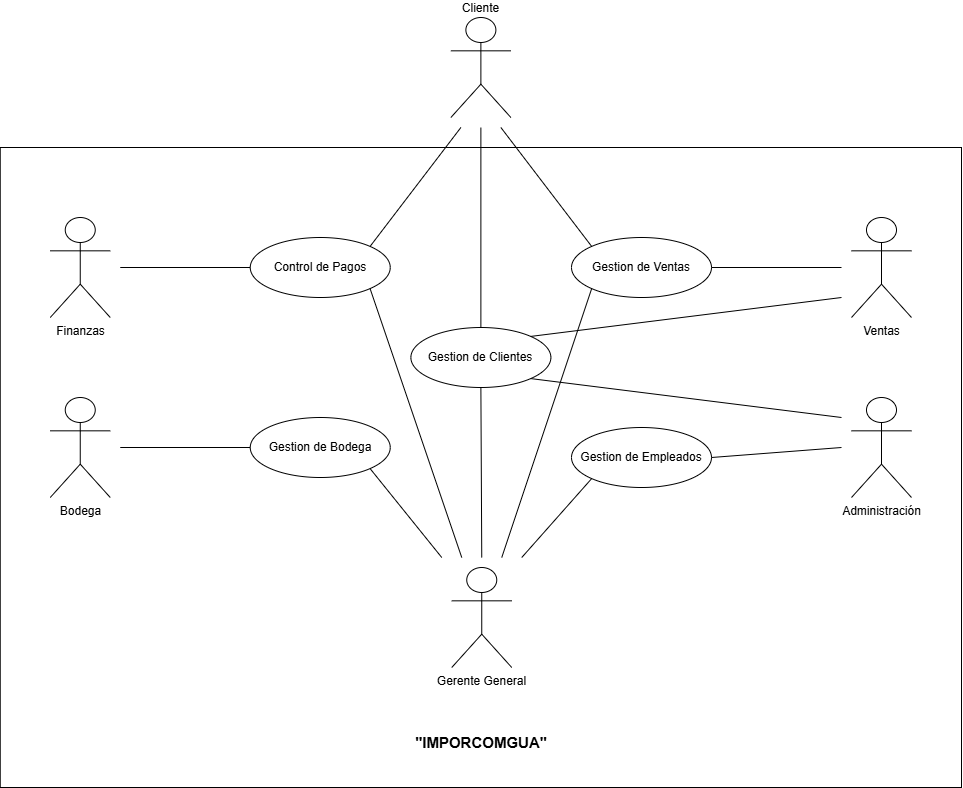
Above: docs/assets/cdu/CDU-PRIMERA-DESCOMPOSICION.png in LuisCif-20/AYD2_V1S2025_PROYECTO_G9 (draw.io), before the change. Source tidied: cells renumbered, new cells last; positions are measured from the earlier drawing's top-left corner, leaving out a move shared by most shapes.
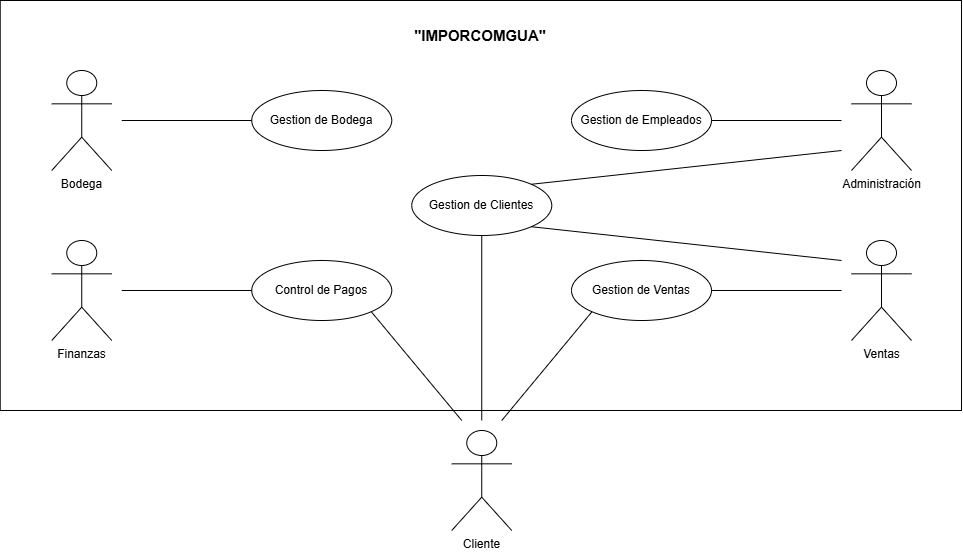
The same file after the commit.

Change to the diagram source:
```diff
@@ -3,103 +3,82 @@
     <mxCell id="0" />
     <mxCell id="1" parent="0" />
     <mxCell id="2" style="rounded=0;whiteSpace=wrap;html=1;" parent="1" vertex="1">
-      <mxGeometry x="-0.2" y="140" width="961.2" height="640" as="geometry" />
+      <mxGeometry x="-0.2" y="140" width="961.2" height="410" as="geometry" />
     </mxCell>
     <mxCell id="3" value="&quot;IMPORCOMGUA&quot;" style="text;html=1;align=center;verticalAlign=middle;whiteSpace=wrap;rounded=0;fontStyle=1;fontSize=15;" parent="1" vertex="1">
-      <mxGeometry x="451.2" y="720" width="60" height="30" as="geometry" />
+      <mxGeometry x="450.4" y="160" width="60" height="30" as="geometry" />
     </mxCell>
     <mxCell id="4" value="Gestion de Ventas" style="ellipse;whiteSpace=wrap;html=1;" parent="1" vertex="1">
-      <mxGeometry x="571" y="230" width="140" height="60" as="geometry" />
+      <mxGeometry x="571" y="400" width="140" height="60" as="geometry" />
     </mxCell>
     <mxCell id="5" value="Gestion de Bodega" style="ellipse;whiteSpace=wrap;html=1;" parent="1" vertex="1">
-      <mxGeometry x="249.8" y="410" width="140" height="60" as="geometry" />
+      <mxGeometry x="251.2" y="230" width="140" height="60" as="geometry" />
     </mxCell>
     <mxCell id="6" value="Gestion de Clientes" style="ellipse;whiteSpace=wrap;html=1;" parent="1" vertex="1">
-      <mxGeometry x="410.4" y="320" width="140" height="60" as="geometry" />
+      <mxGeometry x="411.2" y="315" width="140" height="60" as="geometry" />
     </mxCell>
     <mxCell id="7" value="Control de Pagos" style="ellipse;whiteSpace=wrap;html=1;" parent="1" vertex="1">
-      <mxGeometry x="249.8" y="230" width="140" height="60" as="geometry" />
+      <mxGeometry x="251.2" y="400" width="140" height="60" as="geometry" />
     </mxCell>
     <mxCell id="8" value="Gestion de Empleados" style="ellipse;whiteSpace=wrap;html=1;" parent="1" vertex="1">
-      <mxGeometry x="571" y="420" width="140" height="60" as="geometry" />
+      <mxGeometry x="571" y="230" width="140" height="60" as="geometry" />
     </mxCell>
-    <mxCell id="9" style="rounded=0;whiteSpace=wrap;html=1;fillColor=none;strokeColor=none;labelPosition=center;verticalLabelPosition=bottom;align=center;verticalAlign=top;" parent="1" vertex="1">
-      <mxGeometry x="441.2" y="550" width="80" height="120" as="geometry" />
+    <mxCell id="9" style="rounded=0;whiteSpace=wrap;html=1;fillColor=none;strokeColor=none;" parent="1" vertex="1">
+      <mxGeometry x="41.2" y="200" width="80" height="120" as="geometry" />
     </mxCell>
-    <mxCell id="10" value="Gerente General" style="shape=umlActor;verticalLabelPosition=bottom;verticalAlign=top;html=1;labelPosition=center;align=center;" parent="1" vertex="1">
-      <mxGeometry x="451.2" y="560" width="60" height="100" as="geometry" />
+    <mxCell id="10" value="Bodega" style="shape=umlActor;verticalLabelPosition=bottom;verticalAlign=top;html=1;labelPosition=center;align=center;" parent="1" vertex="1">
+      <mxGeometry x="51.2" y="210" width="60" height="100" as="geometry" />
     </mxCell>
-    <mxCell id="11" style="endArrow=none;html=1;rounded=0;exitX=1;exitY=1;exitDx=0;exitDy=0;entryX=0;entryY=0;entryDx=0;entryDy=0;" parent="1" edge="1" source="5" target="9">
+    <mxCell id="11" style="endArrow=none;html=1;rounded=0;entryX=0;entryY=0.5;entryDx=0;entryDy=0;exitX=1;exitY=0.5;exitDx=0;exitDy=0;" parent="1" edge="1" source="9" target="5">
       <mxGeometry relative="1" as="geometry" />
     </mxCell>
-    <mxCell id="12" style="endArrow=none;html=1;rounded=0;exitX=0;exitY=1;exitDx=0;exitDy=0;entryX=0.75;entryY=0;entryDx=0;entryDy=0;" parent="1" edge="1" source="4" target="9">
-      <mxGeometry relative="1" as="geometry" />
+    <mxCell id="12" style="rounded=0;whiteSpace=wrap;html=1;fillColor=none;strokeColor=none;" parent="1" vertex="1">
+      <mxGeometry x="841" y="200" width="80" height="120" as="geometry" />
     </mxCell>
-    <mxCell id="13" style="endArrow=none;html=1;rounded=0;entryX=0.5;entryY=1;entryDx=0;entryDy=0;exitX=0.5;exitY=0;exitDx=0;exitDy=0;" parent="1" edge="1" source="9" target="6">
-      <mxGeometry relative="1" as="geometry" />
+    <mxCell id="13" value="Administración" style="shape=umlActor;verticalLabelPosition=bottom;verticalAlign=top;html=1;labelPosition=center;align=center;" parent="1" vertex="1">
+      <mxGeometry x="851" y="210" width="60" height="100" as="geometry" />
     </mxCell>
-    <mxCell id="14" style="endArrow=none;html=1;rounded=0;entryX=1;entryY=1;entryDx=0;entryDy=0;exitX=0.25;exitY=0;exitDx=0;exitDy=0;" parent="1" edge="1" source="9" target="7">
-      <mxGeometry relative="1" as="geometry" />
+    <mxCell id="14" style="rounded=0;whiteSpace=wrap;html=1;fillColor=none;strokeColor=none;" parent="1" vertex="1">
+      <mxGeometry x="841" y="370" width="80" height="120" as="geometry" />
     </mxCell>
-    <mxCell id="15" style="rounded=0;whiteSpace=wrap;html=1;fillColor=none;strokeColor=none;" parent="1" vertex="1">
-      <mxGeometry x="39.8" y="380" width="80" height="120" as="geometry" />
+    <mxCell id="15" value="Ventas" style="shape=umlActor;verticalLabelPosition=bottom;verticalAlign=top;html=1;labelPosition=center;align=center;" parent="1" vertex="1">
+      <mxGeometry x="851" y="380" width="60" height="100" as="geometry" />
     </mxCell>
-    <mxCell id="16" value="Bodega" style="shape=umlActor;verticalLabelPosition=bottom;verticalAlign=top;html=1;labelPosition=center;align=center;" parent="1" vertex="1">
-      <mxGeometry x="49.8" y="390" width="60" height="100" as="geometry" />
+    <mxCell id="16" style="endArrow=none;html=1;rounded=0;entryX=0;entryY=0.5;entryDx=0;entryDy=0;exitX=1;exitY=0.5;exitDx=0;exitDy=0;" parent="1" edge="1" source="4" target="14">
+      <mxGeometry relative="1" as="geometry" />
     </mxCell>
-    <mxCell id="17" style="endArrow=none;html=1;rounded=0;entryX=0;entryY=0.5;entryDx=0;entryDy=0;exitX=1;exitY=0.5;exitDx=0;exitDy=0;" parent="1" edge="1" source="15" target="5">
+    <mxCell id="17" style="endArrow=none;html=1;rounded=0;entryX=0;entryY=0.75;entryDx=0;entryDy=0;exitX=1;exitY=0;exitDx=0;exitDy=0;" parent="1" edge="1" source="6" target="12">
       <mxGeometry relative="1" as="geometry" />
     </mxCell>
-    <mxCell id="18" style="rounded=0;whiteSpace=wrap;html=1;fillColor=none;strokeColor=none;" parent="1" vertex="1">
-      <mxGeometry x="841" y="380" width="80" height="120" as="geometry" />
+    <mxCell id="18" style="endArrow=none;html=1;rounded=0;entryX=1;entryY=0.5;entryDx=0;entryDy=0;exitX=0;exitY=0.5;exitDx=0;exitDy=0;" parent="1" edge="1" source="12" target="8">
+      <mxGeometry relative="1" as="geometry" />
     </mxCell>
-    <mxCell id="19" value="Administración" style="shape=umlActor;verticalLabelPosition=bottom;verticalAlign=top;html=1;labelPosition=center;align=center;" parent="1" vertex="1">
-      <mxGeometry x="851" y="390" width="60" height="100" as="geometry" />
+    <mxCell id="19" style="rounded=0;whiteSpace=wrap;html=1;fillColor=none;strokeColor=none;" parent="1" vertex="1">
+      <mxGeometry x="41.2" y="370" width="80" height="120" as="geometry" />
     </mxCell>
-    <mxCell id="20" style="rounded=0;whiteSpace=wrap;html=1;fillColor=none;strokeColor=none;" parent="1" vertex="1">
-      <mxGeometry x="841" y="200" width="80" height="120" as="geometry" />
+    <mxCell id="20" value="Finanzas" style="shape=umlActor;verticalLabelPosition=bottom;verticalAlign=top;html=1;labelPosition=center;align=center;" parent="1" vertex="1">
+      <mxGeometry x="51.2" y="380" width="60" height="100" as="geometry" />
     </mxCell>
-    <mxCell id="21" value="Ventas" style="shape=umlActor;verticalLabelPosition=bottom;verticalAlign=top;html=1;labelPosition=center;align=center;" parent="1" vertex="1">
-      <mxGeometry x="851" y="210" width="60" height="100" as="geometry" />
+    <mxCell id="21" style="endArrow=none;html=1;rounded=0;entryX=0;entryY=0.5;entryDx=0;entryDy=0;exitX=1;exitY=0.5;exitDx=0;exitDy=0;" parent="1" edge="1" source="19" target="7">
+      <mxGeometry relative="1" as="geometry" />
     </mxCell>
-    <mxCell id="22" style="endArrow=none;html=1;rounded=0;entryX=0;entryY=0.5;entryDx=0;entryDy=0;exitX=1;exitY=0.5;exitDx=0;exitDy=0;" parent="1" edge="1" source="4" target="20">
+    <mxCell id="22" style="endArrow=none;html=1;rounded=0;entryX=0;entryY=0.25;entryDx=0;entryDy=0;exitX=1;exitY=1;exitDx=0;exitDy=0;" parent="1" edge="1" source="6" target="14">
       <mxGeometry relative="1" as="geometry" />
     </mxCell>
-    <mxCell id="23" style="endArrow=none;html=1;rounded=0;entryX=0;entryY=1;entryDx=0;entryDy=0;exitX=1;exitY=0;exitDx=0;exitDy=0;" parent="1" edge="1" source="9" target="8">
-      <mxGeometry relative="1" as="geometry" />
+    <mxCell id="23" style="rounded=0;whiteSpace=wrap;html=1;fillColor=none;strokeColor=none;" parent="1" vertex="1">
+      <mxGeometry x="441.2" y="560" width="80" height="120" as="geometry" />
     </mxCell>
-    <mxCell id="24" style="endArrow=none;html=1;rounded=0;entryX=0;entryY=0.25;entryDx=0;entryDy=0;exitX=1;exitY=1;exitDx=0;exitDy=0;" parent="1" edge="1" source="6" target="18">
-      <mxGeometry relative="1" as="geometry" />
+    <mxCell id="24" value="Cliente" style="shape=umlActor;verticalLabelPosition=bottom;verticalAlign=top;html=1;labelPosition=center;align=center;" parent="1" vertex="1">
+      <mxGeometry x="451.2" y="570" width="60" height="100" as="geometry" />
     </mxCell>
-    <mxCell id="25" style="endArrow=none;html=1;rounded=0;entryX=1;entryY=0.5;entryDx=0;entryDy=0;exitX=0;exitY=0.5;exitDx=0;exitDy=0;" parent="1" edge="1" source="18" target="8">
+    <mxCell id="25" style="endArrow=none;html=1;rounded=0;entryX=1;entryY=1;entryDx=0;entryDy=0;exitX=0.25;exitY=0;exitDx=0;exitDy=0;" parent="1" edge="1" source="23" target="7">
       <mxGeometry relative="1" as="geometry" />
     </mxCell>
-    <mxCell id="26" style="rounded=0;whiteSpace=wrap;html=1;fillColor=none;strokeColor=none;" parent="1" vertex="1">
-      <mxGeometry x="39.8" y="200" width="80" height="120" as="geometry" />
+    <mxCell id="26" style="endArrow=none;html=1;rounded=0;entryX=0.5;entryY=1;entryDx=0;entryDy=0;exitX=0.5;exitY=0;exitDx=0;exitDy=0;" parent="1" edge="1" source="23" target="6">
+      <mxGeometry relative="1" as="geometry" />
     </mxCell>
-    <mxCell id="27" value="Finanzas" style="shape=umlActor;verticalLabelPosition=bottom;verticalAlign=top;html=1;labelPosition=center;align=center;" parent="1" vertex="1">
-      <mxGeometry x="49.8" y="210" width="60" height="100" as="geometry" />
+    <mxCell id="27" style="endArrow=none;html=1;rounded=0;entryX=0;entryY=1;entryDx=0;entryDy=0;exitX=0.75;exitY=0;exitDx=0;exitDy=0;" parent="1" edge="1" source="23" target="4">
+      <mxGeometry relative="1" as="geometry" />
     </mxCell>
-    <mxCell id="28" style="endArrow=none;html=1;rounded=0;entryX=0;entryY=0.5;entryDx=0;entryDy=0;exitX=1;exitY=0.5;exitDx=0;exitDy=0;" parent="1" edge="1" source="26" target="7">
-      <mxGeometry relative="1" as="geometry" />
-    </mxCell>
-    <mxCell id="29" style="endArrow=none;html=1;rounded=0;entryX=0;entryY=0.75;entryDx=0;entryDy=0;exitX=1;exitY=0;exitDx=0;exitDy=0;" parent="1" edge="1" source="6" target="20">
-      <mxGeometry relative="1" as="geometry" />
-    </mxCell>
-    <mxCell id="30" style="rounded=0;whiteSpace=wrap;html=1;fillColor=none;strokeColor=none;" parent="1" vertex="1">
-      <mxGeometry x="440.4" width="80" height="120" as="geometry" />
-    </mxCell>
-    <mxCell id="31" value="Cliente" style="shape=umlActor;verticalLabelPosition=top;verticalAlign=bottom;html=1;labelPosition=center;align=center;" parent="1" vertex="1">
-      <mxGeometry x="450.4" y="10" width="60" height="100" as="geometry" />
-    </mxCell>
-    <mxCell id="32" style="endArrow=none;html=1;rounded=0;entryX=1;entryY=0;entryDx=0;entryDy=0;exitX=0.25;exitY=1;exitDx=0;exitDy=0;" parent="1" edge="1" source="30" target="7">
-      <mxGeometry relative="1" as="geometry" />
-    </mxCell>
-    <mxCell id="33" style="endArrow=none;html=1;rounded=0;entryX=0.5;entryY=1;entryDx=0;entryDy=0;exitX=0.5;exitY=0;exitDx=0;exitDy=0;" parent="1" edge="1" source="6" target="30">
-      <mxGeometry relative="1" as="geometry" />
-    </mxCell>
-    <mxCell id="34" style="endArrow=none;html=1;rounded=0;entryX=0;entryY=0;entryDx=0;entryDy=0;exitX=0.75;exitY=1;exitDx=0;exitDy=0;" parent="1" edge="1" source="30" target="4">
-      <mxGeometry relative="1" as="geometry" />
-    </mxCell>
   </root>
 </mxGraphModel>
```
